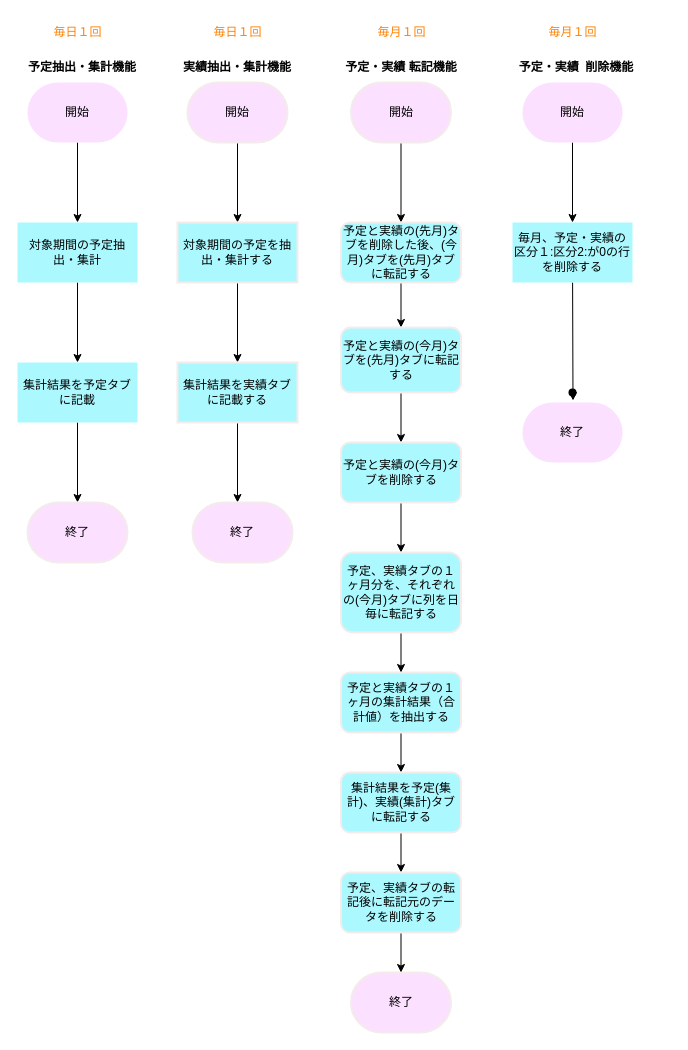
The draw.io diagram simple_flowchart.dio in naomi-ume/gas_schedule_extraction_plan_result, before the edit. Source tidied: cells renumbered, new cells numbered last; positions are measured from the earlier drawing's top-left corner, leaving out a move shared by most shapes. Both pictures are drawn from the tidied source at 100%, with x=0, y=0 at pixel (17, 17).
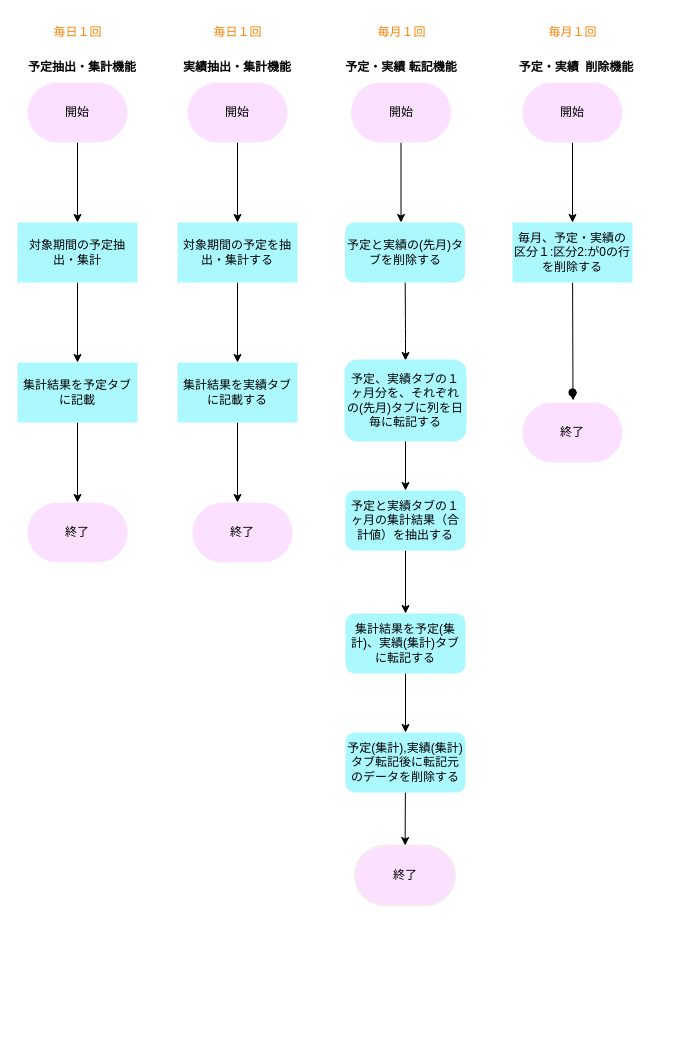
The same diagram, later.

Commit message (it also covers changes not shown here):
フローチャート修正

What changed in the source:
```diff
@@
-    <mxCell id="9" value="終了" style="strokeWidth=2;html=1;shape=mxgraph.flowchart.terminator;whiteSpace=wrap;strokeColor=#F4EBEB;fontColor=#000000;fillColor=#FCE0FF;" parent="1" vertex="1">
+    <mxCell id="9" value="終了" style="strokeWidth=2;html=1;shape=mxgraph.flowchart.terminator;whiteSpace=wrap;strokeColor=none;fontColor=#000000;fillColor=#FCE0FF;" parent="1" vertex="1">
       <mxGeometry x="10" y="485" width="100" height="60" as="geometry" />
     </mxCell>
@@
-    <mxCell id="12" value="開始" style="strokeWidth=2;html=1;shape=mxgraph.flowchart.terminator;whiteSpace=wrap;strokeColor=#F4EBEB;fontColor=#000000;fillColor=#FCE0FF;" parent="1" vertex="1">
+    <mxCell id="12" value="開始" style="strokeWidth=2;html=1;shape=mxgraph.flowchart.terminator;whiteSpace=wrap;strokeColor=none;fontColor=#000000;fillColor=#FCE0FF;" parent="1" vertex="1">
       <mxGeometry x="170" y="65" width="100" height="60" as="geometry" />
     </mxCell>
@@
-    <mxCell id="14" value="対象期間の予定を抽出・集計する" style="whiteSpace=wrap;html=1;fillColor=#ABF9FF;strokeColor=#F4EBEB;fontColor=#000000;strokeWidth=2;" parent="1" vertex="1">
+    <mxCell id="14" value="対象期間の予定を抽出・集計する" style="whiteSpace=wrap;html=1;fillColor=#ABF9FF;strokeColor=none;fontColor=#000000;strokeWidth=2;" parent="1" vertex="1">
       <mxGeometry x="160" y="205" width="120" height="60" as="geometry" />
     </mxCell>
@@
-    <mxCell id="16" value="集計結果を実績タブに記載する" style="whiteSpace=wrap;html=1;fillColor=#ABF9FF;strokeColor=#F4EBEB;fontColor=#000000;strokeWidth=2;" parent="1" vertex="1">
+    <mxCell id="16" value="集計結果を実績タブに記載する" style="whiteSpace=wrap;html=1;fillColor=#ABF9FF;strokeColor=none;fontColor=#000000;strokeWidth=2;" parent="1" vertex="1">
       <mxGeometry x="160" y="345" width="120" height="60" as="geometry" />
     </mxCell>
-    <mxCell id="17" value="終了" style="strokeWidth=2;html=1;shape=mxgraph.flowchart.terminator;whiteSpace=wrap;strokeColor=#F4EBEB;fontColor=#000000;fillColor=#FCE0FF;" parent="1" vertex="1">
+    <mxCell id="17" value="終了" style="strokeWidth=2;html=1;shape=mxgraph.flowchart.terminator;whiteSpace=wrap;strokeColor=none;fontColor=#000000;fillColor=#FCE0FF;" parent="1" vertex="1">
       <mxGeometry x="175" y="485" width="100" height="60" as="geometry" />
     </mxCell>
@@
     <mxCell id="19" value="終了" style="strokeWidth=2;html=1;shape=mxgraph.flowchart.terminator;whiteSpace=wrap;strokeColor=#F4EBEB;fontColor=#000000;fillColor=#FCE0FF;" parent="1" vertex="1">
-      <mxGeometry x="333.5" y="955" width="100" height="60" as="geometry" />
+      <mxGeometry x="337.5" y="828" width="100" height="60" as="geometry" />
     </mxCell>
-    <mxCell id="20" style="edgeStyle=none;html=1;strokeColor=#000000;fontColor=#000000;" parent="1" edge="1" source="21" target="35">
-      <mxGeometry relative="1" as="geometry" />
+    <mxCell id="20" style="edgeStyle=none;html=1;strokeColor=#000000;fontColor=#000000;" parent="1" edge="1" source="21">
+      <mxGeometry relative="1" as="geometry">
+        <mxPoint x="383.5" y="205" as="targetPoint" />
+      </mxGeometry>
     </mxCell>
-    <mxCell id="21" value="開始" style="strokeWidth=2;html=1;shape=mxgraph.flowchart.terminator;whiteSpace=wrap;strokeColor=#F4EBEB;fontColor=#000000;fillColor=#FCE0FF;" parent="1" vertex="1">
+    <mxCell id="21" value="開始" style="strokeWidth=2;html=1;shape=mxgraph.flowchart.terminator;whiteSpace=wrap;strokeColor=none;fontColor=#000000;fillColor=#FCE0FF;" parent="1" vertex="1">
       <mxGeometry x="333.5" y="65" width="100" height="60" as="geometry" />
     </mxCell>
-    <mxCell id="22" style="edgeStyle=none;html=1;strokeColor=#000000;fontColor=#000000;" parent="1" edge="1" source="23">
-      <mxGeometry relative="1" as="geometry">
-        <mxPoint x="383.5" y="755" as="targetPoint" />
-      </mxGeometry>
-    </mxCell>
+    <mxCell id="47" style="edgeStyle=none;html=1;strokeColor=#000000;fontColor=#FF8000;" parent="1" edge="1" source="23" target="25">
+      <mxGeometry relative="1" as="geometry" />
+    </mxCell>
-    <mxCell id="23" value="予定と実績タブの１ヶ月の集計結果（合計値）を抽出する" style="rounded=1;whiteSpace=wrap;html=1;fillColor=#ABF9FF;strokeColor=#F4EBEB;fontColor=#000000;strokeWidth=2;" parent="1" vertex="1">
-      <mxGeometry x="323.5" y="655" width="120" height="60" as="geometry" />
+    <mxCell id="23" value="予定と実績タブの１ヶ月の集計結果（合計値）を抽出する" style="rounded=1;whiteSpace=wrap;html=1;fillColor=#ABF9FF;strokeColor=none;fontColor=#000000;strokeWidth=2;" parent="1" vertex="1">
+      <mxGeometry x="328" y="473" width="120" height="60" as="geometry" />
     </mxCell>
-    <mxCell id="24" style="edgeStyle=none;html=1;strokeColor=#000000;fontColor=#000000;" parent="1" edge="1" source="25">
-      <mxGeometry relative="1" as="geometry">
-        <mxPoint x="383.5" y="855" as="targetPoint" />
-      </mxGeometry>
-    </mxCell>
+    <mxCell id="48" style="edgeStyle=none;html=1;strokeColor=#000000;fontColor=#FF8000;" parent="1" edge="1" source="25" target="27">
+      <mxGeometry relative="1" as="geometry" />
+    </mxCell>
-    <mxCell id="25" value="集計結果を予定(集計)、実績(集計)タブに転記する" style="rounded=1;whiteSpace=wrap;html=1;fillColor=#ABF9FF;strokeColor=#F4EBEB;fontColor=#000000;strokeWidth=2;" parent="1" vertex="1">
-      <mxGeometry x="323.5" y="755" width="120" height="60" as="geometry" />
+    <mxCell id="25" value="集計結果を予定(集計)、実績(集計)タブに転記する" style="rounded=1;whiteSpace=wrap;html=1;fillColor=#ABF9FF;strokeColor=none;fontColor=#000000;strokeWidth=2;" parent="1" vertex="1">
+      <mxGeometry x="328" y="596" width="120" height="60" as="geometry" />
     </mxCell>
-    <mxCell id="26" style="edgeStyle=none;html=1;strokeColor=#000000;fontColor=#F4EBEB;" parent="1" edge="1" source="27">
-      <mxGeometry relative="1" as="geometry">
-        <mxPoint x="383.5" y="955" as="targetPoint" />
-      </mxGeometry>
-    </mxCell>
+    <mxCell id="49" style="edgeStyle=none;html=1;strokeColor=#000000;fontColor=#FF8000;" parent="1" edge="1" source="27" target="19">
+      <mxGeometry relative="1" as="geometry" />
+    </mxCell>
-    <mxCell id="27" value="予定、実績タブの転記後に転記元のデータを削除する" style="rounded=1;whiteSpace=wrap;html=1;fillColor=#ABF9FF;strokeColor=#F4EBEB;fontColor=#000000;strokeWidth=2;" parent="1" vertex="1">
-      <mxGeometry x="323.5" y="855" width="120" height="60" as="geometry" />
+    <mxCell id="27" value="予定(集計),実績(集計)タブ転記後に転記元のデータを削除する" style="rounded=1;whiteSpace=wrap;html=1;fillColor=#ABF9FF;strokeColor=none;fontColor=#000000;strokeWidth=2;" parent="1" vertex="1">
+      <mxGeometry x="328" y="715" width="120" height="60" as="geometry" />
     </mxCell>
@@
-    <mxCell id="33" style="edgeStyle=none;html=1;strokeColor=#000000;fontColor=#000000;" parent="1" edge="1" target="23">
-      <mxGeometry relative="1" as="geometry">
-        <mxPoint x="383.5" y="615" as="sourcePoint" />
-      </mxGeometry>
-    </mxCell>
-    <mxCell id="34" style="edgeStyle=none;html=1;strokeColor=#000000;fontColor=#F4EBEB;" parent="1" edge="1" source="35" target="38">
-      <mxGeometry relative="1" as="geometry" />
-    </mxCell>
-    <mxCell id="35" value="予定と実績の(先月)タブを削除した後、(今月)タブを(先月)タブに転記する" style="rounded=1;whiteSpace=wrap;html=1;fillColor=#ABF9FF;strokeColor=#F4EBEB;fontColor=#000000;strokeWidth=2;" parent="1" vertex="1">
-      <mxGeometry x="323.5" y="205" width="120" height="60" as="geometry" />
-    </mxCell>
@@
-    <mxCell id="37" style="edgeStyle=none;html=1;strokeColor=#000000;fontColor=#F4EBEB;" parent="1" edge="1" source="38" target="40">
-      <mxGeometry relative="1" as="geometry" />
-    </mxCell>
-    <mxCell id="38" value="予定と実績の(今月)タブを(先月)タブに転記する" style="rounded=1;whiteSpace=wrap;html=1;fillColor=#ABF9FF;strokeColor=#F4EBEB;fontColor=#000000;strokeWidth=2;" parent="1" vertex="1">
-      <mxGeometry x="323.5" y="310" width="120" height="65" as="geometry" />
-    </mxCell>
-    <mxCell id="39" style="edgeStyle=none;html=1;strokeColor=#000000;fontColor=#F4EBEB;" parent="1" edge="1" source="40" target="41">
-      <mxGeometry relative="1" as="geometry" />
+    <mxCell id="39" style="edgeStyle=none;html=1;strokeColor=#000000;fontColor=#FF8000;" parent="1" edge="1" source="40" target="41">
+      <mxGeometry relative="1" as="geometry">
+        <Array as="points">
+          <mxPoint x="388" y="311" />
+        </Array>
+      </mxGeometry>
     </mxCell>
-    <mxCell id="40" value="予定と実績の(今月)タブを削除する" style="rounded=1;whiteSpace=wrap;html=1;fillColor=#ABF9FF;strokeColor=#F4EBEB;fontColor=#000000;strokeWidth=2;" parent="1" vertex="1">
-      <mxGeometry x="323.5" y="425" width="120" height="60" as="geometry" />
+    <mxCell id="40" value="予定と実績の(先月)タブを削除する" style="rounded=1;whiteSpace=wrap;html=1;fillColor=#ABF9FF;strokeColor=none;fontColor=#000000;strokeWidth=2;" parent="1" vertex="1">
+      <mxGeometry x="327.5" y="205" width="120" height="60" as="geometry" />
     </mxCell>
+    <mxCell id="50" style="edgeStyle=none;html=1;strokeColor=#000000;fontColor=#FF8000;" parent="1" edge="1" source="41" target="23">
+      <mxGeometry relative="1" as="geometry" />
+    </mxCell>
-    <mxCell id="41" value="予定、実績タブの１ヶ月分を、それぞれの(今月)タブに列を日毎に転記する" style="rounded=1;whiteSpace=wrap;html=1;fillColor=#ABF9FF;strokeColor=#F4EBEB;fontColor=#000000;strokeWidth=2;" parent="1" vertex="1">
-      <mxGeometry x="323.5" y="535" width="120" height="80" as="geometry" />
+    <mxCell id="41" value="予定、実績タブの１ヶ月分を、それぞれの(先月)タブに列を日毎に転記する" style="rounded=1;whiteSpace=wrap;html=1;fillColor=#ABF9FF;strokeColor=#ABF9FF;fontColor=#000000;strokeWidth=2;" parent="1" vertex="1">
+      <mxGeometry x="328" y="343" width="120" height="80" as="geometry" />
     </mxCell>
```
